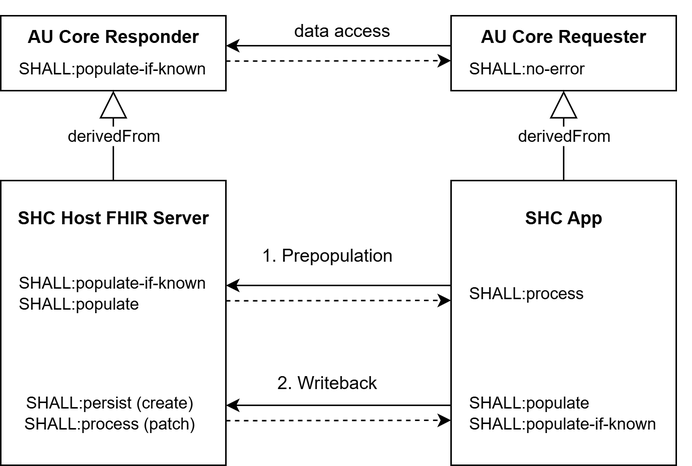
This is input/images/ObligationsOverview-derivedFrom.png from aehrc/smart-forms-ig, a draw.io export, as it was before one commit. Source tidied: cells renumbered, new cells last; positions are measured from the earlier drawing's top-left corner, leaving out a move shared by most shapes. The source it was exported from:
```xml
<mxGraphModel>
  <root>
    <mxCell id="0" />
    <mxCell id="1" parent="0" />
    <mxCell id="2" style="rounded=0;whiteSpace=wrap;html=1;" parent="1" vertex="1">
      <mxGeometry x="300" y="120" width="150" height="190" as="geometry" />
    </mxCell>
    <mxCell id="3" style="rounded=0;whiteSpace=wrap;html=1;" parent="1" vertex="1">
      <mxGeometry y="120" width="150" height="190" as="geometry" />
    </mxCell>
    <mxCell id="4" value="1. Prepopulation" style="text;html=1;align=center;verticalAlign=middle;whiteSpace=wrap;rounded=0;" parent="1" vertex="1">
      <mxGeometry x="160" y="150" width="115" height="40" as="geometry" />
    </mxCell>
    <mxCell id="5" value="SHC Host FHIR Server" style="text;html=1;align=center;verticalAlign=middle;whiteSpace=wrap;rounded=0;fontStyle=1;" parent="1" vertex="1">
      <mxGeometry y="130" width="150" height="30" as="geometry" />
    </mxCell>
    <mxCell id="6" value="SHALL:populate&lt;div&gt;SHALL:populate-if-known&lt;/div&gt;" style="text;html=1;align=left;verticalAlign=middle;whiteSpace=wrap;rounded=0;fontSize=11;" parent="1" vertex="1">
      <mxGeometry x="310" y="260" width="150" height="30" as="geometry" />
    </mxCell>
    <mxCell id="7" value="&lt;div&gt;SHALL:populate-if-known&lt;/div&gt;SHALL:populate" style="text;html=1;align=left;verticalAlign=middle;whiteSpace=wrap;rounded=0;fontSize=11;" parent="1" vertex="1">
      <mxGeometry x="10" y="180" width="130" height="30" as="geometry" />
    </mxCell>
    <mxCell id="8" value="SHALL:persist (create)&lt;br&gt;&lt;div style=&quot;text-align: left;&quot;&gt;&lt;span style=&quot;background-color: transparent; color: light-dark(rgb(0, 0, 0), rgb(255, 255, 255));&quot;&gt;SHALL:process (patch)&lt;/span&gt;&lt;/div&gt;" style="text;html=1;align=center;verticalAlign=middle;whiteSpace=wrap;rounded=0;fontSize=11;" parent="1" vertex="1">
      <mxGeometry x="10" y="260" width="125" height="30" as="geometry" />
    </mxCell>
    <mxCell id="9" value="&lt;div&gt;&lt;span style=&quot;background-color: transparent; color: light-dark(rgb(0, 0, 0), rgb(255, 255, 255));&quot;&gt;SHALL:process&lt;/span&gt;&lt;/div&gt;" style="text;html=1;align=left;verticalAlign=middle;whiteSpace=wrap;rounded=0;fontSize=11;" parent="1" vertex="1">
      <mxGeometry x="310" y="180" width="85" height="30" as="geometry" />
    </mxCell>
    <mxCell id="10" value="2. Writeback" style="text;html=1;align=center;verticalAlign=middle;whiteSpace=wrap;rounded=0;" parent="1" vertex="1">
      <mxGeometry x="160" y="240" width="115" height="30" as="geometry" />
    </mxCell>
    <mxCell id="11" value="SHC App" style="text;html=1;align=center;verticalAlign=middle;whiteSpace=wrap;rounded=0;fontStyle=1;" parent="1" vertex="1">
      <mxGeometry x="335" y="130" width="80" height="30" as="geometry" />
    </mxCell>
    <mxCell id="12" style="endArrow=classic;html=1;rounded=0;dashed=1;" parent="1" edge="1">
      <mxGeometry relative="1" as="geometry">
        <mxPoint x="150" y="200.3" as="sourcePoint" />
        <mxPoint x="300" y="200" as="targetPoint" />
      </mxGeometry>
    </mxCell>
    <mxCell id="13" style="edgeStyle=orthogonalEdgeStyle;rounded=0;orthogonalLoop=1;jettySize=auto;html=1;exitX=0.5;exitY=1;exitDx=0;exitDy=0;" parent="1" edge="1" source="6" target="6">
      <mxGeometry relative="1" as="geometry" />
    </mxCell>
    <mxCell id="14" style="endArrow=classic;html=1;rounded=0;" parent="1" edge="1">
      <mxGeometry relative="1" as="geometry">
        <mxPoint x="300" y="190" as="sourcePoint" />
        <mxPoint x="150" y="190" as="targetPoint" />
      </mxGeometry>
    </mxCell>
    <mxCell id="15" style="endArrow=classic;html=1;rounded=0;" parent="1" edge="1">
      <mxGeometry relative="1" as="geometry">
        <mxPoint x="300" y="270" as="sourcePoint" />
        <mxPoint x="150" y="270" as="targetPoint" />
      </mxGeometry>
    </mxCell>
    <mxCell id="16" style="endArrow=classic;html=1;rounded=0;dashed=1;" parent="1" edge="1">
      <mxGeometry relative="1" as="geometry">
        <mxPoint x="150" y="280.3" as="sourcePoint" />
        <mxPoint x="300" y="280" as="targetPoint" />
      </mxGeometry>
    </mxCell>
    <mxCell id="17" value="AU Core Requester" style="rounded=0;whiteSpace=wrap;html=1;verticalAlign=top;fontStyle=1;" parent="1" vertex="1">
      <mxGeometry x="300" y="10" width="150" height="50" as="geometry" />
    </mxCell>
    <mxCell id="18" value="SHALL:no-error" style="text;html=1;align=left;verticalAlign=middle;whiteSpace=wrap;rounded=0;fontSize=11;" parent="1" vertex="1">
      <mxGeometry x="310" y="30" width="85" height="30" as="geometry" />
    </mxCell>
    <mxCell id="19" value="AU Core Responder" style="rounded=0;whiteSpace=wrap;html=1;verticalAlign=top;fontStyle=1;" parent="1" vertex="1">
      <mxGeometry y="10" width="150" height="50" as="geometry" />
    </mxCell>
    <mxCell id="20" value="SHALL:populate-if-known" style="text;html=1;align=left;verticalAlign=middle;whiteSpace=wrap;rounded=0;fontSize=11;" parent="1" vertex="1">
      <mxGeometry x="10" y="30" width="130" height="30" as="geometry" />
    </mxCell>
    <mxCell id="21" value="derivedFrom" style="endArrow=block;endSize=16;endFill=0;html=1;rounded=0;" parent="1" edge="1" source="3" target="19">
      <mxGeometry relative="1" as="geometry" />
    </mxCell>
    <mxCell id="22" value="derivedFrom" style="endArrow=block;endSize=16;endFill=0;html=1;rounded=0;" parent="1" edge="1" source="2" target="17">
      <mxGeometry relative="1" as="geometry" />
    </mxCell>
    <mxCell id="23" style="endArrow=classic;html=1;rounded=0;dashed=1;" parent="1" edge="1">
      <mxGeometry relative="1" as="geometry">
        <mxPoint x="150" y="40.3" as="sourcePoint" />
        <mxPoint x="300" y="40" as="targetPoint" />
      </mxGeometry>
    </mxCell>
    <mxCell id="24" style="endArrow=classic;html=1;rounded=0;" parent="1" edge="1">
      <mxGeometry relative="1" as="geometry">
        <mxPoint x="300" y="30" as="sourcePoint" />
        <mxPoint x="150" y="30" as="targetPoint" />
      </mxGeometry>
    </mxCell>
    <mxCell id="25" value="data access" style="text;html=1;align=center;verticalAlign=middle;whiteSpace=wrap;rounded=0;" parent="1" vertex="1">
      <mxGeometry x="170" width="115" height="40" as="geometry" />
    </mxCell>
  </root>
</mxGraphModel>
```
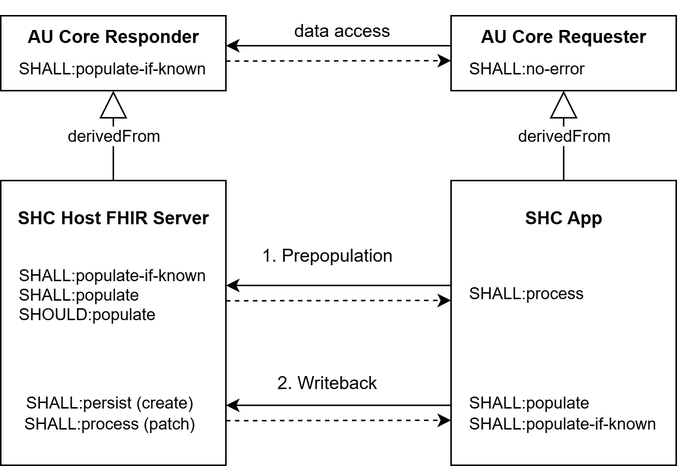
After the change.

Commit message:
Restructure resource references and choice element must support guidance

What changed in the source:
```diff
@@ -17,8 +17,8 @@
     <mxCell id="6" value="SHALL:populate&lt;div&gt;SHALL:populate-if-known&lt;/div&gt;" style="text;html=1;align=left;verticalAlign=middle;whiteSpace=wrap;rounded=0;fontSize=11;" parent="1" vertex="1">
       <mxGeometry x="310" y="260" width="150" height="30" as="geometry" />
     </mxCell>
-    <mxCell id="7" value="&lt;div&gt;SHALL:populate-if-known&lt;/div&gt;SHALL:populate" style="text;html=1;align=left;verticalAlign=middle;whiteSpace=wrap;rounded=0;fontSize=11;" parent="1" vertex="1">
-      <mxGeometry x="10" y="180" width="130" height="30" as="geometry" />
+    <mxCell id="7" value="&lt;div&gt;SHALL:populate-if-known&lt;/div&gt;SHALL:populate&lt;div&gt;SHOULD:populate&lt;/div&gt;" style="text;html=1;align=left;verticalAlign=middle;whiteSpace=wrap;rounded=0;fontSize=11;spacing=2;spacingTop=1;perimeterSpacing=0;spacingBottom=0;spacingLeft=0;" parent="1" vertex="1">
+      <mxGeometry x="10" y="170" width="130" height="50" as="geometry" />
     </mxCell>
     <mxCell id="8" value="SHALL:persist (create)&lt;br&gt;&lt;div style=&quot;text-align: left;&quot;&gt;&lt;span style=&quot;background-color: transparent; color: light-dark(rgb(0, 0, 0), rgb(255, 255, 255));&quot;&gt;SHALL:process (patch)&lt;/span&gt;&lt;/div&gt;" style="text;html=1;align=center;verticalAlign=middle;whiteSpace=wrap;rounded=0;fontSize=11;" parent="1" vertex="1">
       <mxGeometry x="10" y="260" width="125" height="30" as="geometry" />
```
